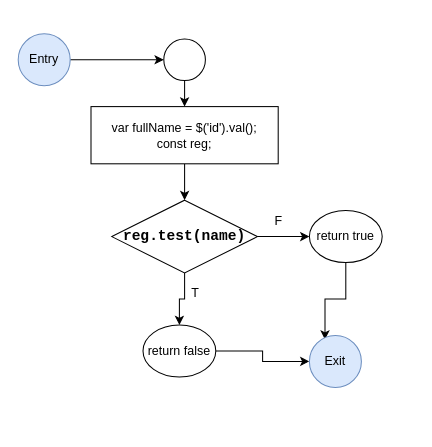
Earlier version of the draw.io diagram page "Page-2" (2 of 4) of kiemthuC2.drawio (pqthinh/pm-diagram). Source tidied: cells renumbered, new cells numbered last; positions are measured from the earlier drawing's top-left corner, leaving out a move shared by most shapes. Both pictures are drawn from the tidied source at 104%, with x=0, y=0 at pixel (18, 33).
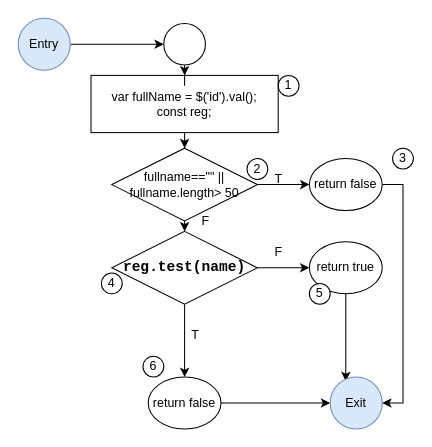
The same diagram, later.

What changed in the source:
```diff
@@
     <mxCell id="3" value="Entry" style="ellipse;whiteSpace=wrap;html=1;fillColor=#dae8fc;strokeColor=#6c8ebf;" parent="1" vertex="1">
-      <mxGeometry width="50" height="50" as="geometry" />
+      <mxGeometry y="-15" width="50" height="50" as="geometry" />
     </mxCell>
-    <mxCell id="4" style="edgeStyle=orthogonalEdgeStyle;rounded=0;jettySize=auto;html=1;entryX=0.5;entryY=0;entryDx=0;entryDy=0;" parent="1" edge="1" source="5" target="10">
+    <mxCell id="4" style="edgeStyle=orthogonalEdgeStyle;rounded=0;jettySize=auto;html=1;entryX=0.5;entryY=0;entryDx=0;entryDy=0;" parent="1" edge="1" source="5" target="20">
       <mxGeometry relative="1" as="geometry" />
     </mxCell>
     <mxCell id="5" value="&lt;div&gt;var fullName = $('id').val();&lt;/div&gt;&lt;div&gt;const reg;&lt;br&gt;&lt;/div&gt;" style="rounded=0;whiteSpace=wrap;html=1;" parent="1" vertex="1">
-      <mxGeometry x="70" y="70" width="180" height="55" as="geometry" />
+      <mxGeometry x="70" y="40" width="180" height="55" as="geometry" />
     </mxCell>
@@
     <mxCell id="7" style="ellipse;whiteSpace=wrap;html=1;" parent="1" vertex="1">
-      <mxGeometry x="140" y="5" width="40" height="40" as="geometry" />
+      <mxGeometry x="140" y="-10" width="40" height="40" as="geometry" />
     </mxCell>
@@
     <mxCell id="10" value="&lt;p&gt;&lt;b&gt;&lt;span style=&quot;font-size: 10.5pt ; font-family: &amp;#34;courier new&amp;#34; ; background-color: transparent ; font-style: normal ; font-variant: normal ; text-decoration: none ; vertical-align: baseline&quot; id=&quot;docs-internal-guid-e1c07503-7fff-b6fd-41c2-de6db7263f67&quot;&gt;reg&lt;/span&gt;&lt;span style=&quot;font-size: 10.5pt ; font-family: &amp;#34;courier new&amp;#34; ; background-color: transparent ; font-style: normal ; font-variant: normal ; text-decoration: none ; vertical-align: baseline&quot;&gt;.&lt;/span&gt;&lt;span style=&quot;font-size: 10.5pt ; font-family: &amp;#34;courier new&amp;#34; ; background-color: transparent ; font-style: normal ; font-variant: normal ; text-decoration: none ; vertical-align: baseline&quot;&gt;test&lt;/span&gt;&lt;span style=&quot;font-size: 10.5pt ; font-family: &amp;#34;courier new&amp;#34; ; background-color: transparent ; font-style: normal ; font-variant: normal ; text-decoration: none ; vertical-align: baseline&quot;&gt;(&lt;/span&gt;&lt;span style=&quot;font-size: 10.5pt ; font-family: &amp;#34;courier new&amp;#34; ; background-color: transparent ; font-style: normal ; font-variant: normal ; text-decoration: none ; vertical-align: baseline&quot;&gt;name&lt;/span&gt;&lt;span style=&quot;font-size: 10.5pt ; font-family: &amp;#34;courier new&amp;#34; ; background-color: transparent ; font-style: normal ; font-variant: normal ; text-decoration: none ; vertical-align: baseline&quot;&gt;)&lt;/span&gt;&lt;/b&gt;&lt;/p&gt;" style="rhombus;whiteSpace=wrap;html=1;" parent="1" vertex="1">
-      <mxGeometry x="90" y="160" width="140" height="70" as="geometry" />
+      <mxGeometry x="90" y="190" width="140" height="70" as="geometry" />
     </mxCell>
@@
     <mxCell id="12" value="return false" style="ellipse;whiteSpace=wrap;html=1;" parent="1" vertex="1">
-      <mxGeometry x="120" y="280" width="70" height="50" as="geometry" />
+      <mxGeometry x="125" y="330" width="70" height="50" as="geometry" />
     </mxCell>
@@
     <mxCell id="14" value="return true" style="ellipse;whiteSpace=wrap;html=1;" parent="1" vertex="1">
-      <mxGeometry x="280" y="170" width="70" height="50" as="geometry" />
+      <mxGeometry x="280" y="200" width="70" height="50" as="geometry" />
     </mxCell>
     <mxCell id="15" value="Exit" style="ellipse;whiteSpace=wrap;html=1;fillColor=#dae8fc;strokeColor=#6c8ebf;" parent="1" vertex="1">
-      <mxGeometry x="280" y="290" width="50" height="50" as="geometry" />
+      <mxGeometry x="300" y="330" width="50" height="50" as="geometry" />
     </mxCell>
     <mxCell id="16" value="F" style="text;html=1;align=center;verticalAlign=middle;" parent="1" vertex="1">
-      <mxGeometry x="240" y="170" width="20" height="20" as="geometry" />
+      <mxGeometry x="240" y="200" width="20" height="20" as="geometry" />
     </mxCell>
     <mxCell id="17" value="T" style="text;html=1;align=center;verticalAlign=middle;" parent="1" vertex="1">
-      <mxGeometry x="160" y="240" width="20" height="20" as="geometry" />
+      <mxGeometry x="160" y="280" width="20" height="20" as="geometry" />
     </mxCell>
+    <mxCell id="18" style="edgeStyle=orthogonalEdgeStyle;rounded=0;jettySize=auto;html=1;" parent="1" edge="1" source="20" target="22">
+      <mxGeometry relative="1" as="geometry" />
+    </mxCell>
+    <mxCell id="19" style="edgeStyle=orthogonalEdgeStyle;rounded=0;jettySize=auto;html=1;exitX=0.5;exitY=1;exitDx=0;exitDy=0;entryX=0.5;entryY=0;entryDx=0;entryDy=0;" parent="1" edge="1" source="20" target="10">
+      <mxGeometry relative="1" as="geometry" />
+    </mxCell>
+    <mxCell id="20" value="fullname==&quot;&quot; || fullname.length&amp;gt; 50" style="rhombus;whiteSpace=wrap;html=1;" parent="1" vertex="1">
+      <mxGeometry x="90" y="110" width="140" height="70" as="geometry" />
+    </mxCell>
+    <mxCell id="21" style="edgeStyle=orthogonalEdgeStyle;rounded=0;jettySize=auto;html=1;exitX=1;exitY=0.5;exitDx=0;exitDy=0;entryX=1;entryY=0.5;entryDx=0;entryDy=0;" parent="1" edge="1" source="22" target="15">
+      <mxGeometry relative="1" as="geometry" />
+    </mxCell>
+    <mxCell id="22" value="return false" style="ellipse;whiteSpace=wrap;html=1;" parent="1" vertex="1">
+      <mxGeometry x="280" y="120" width="70" height="50" as="geometry" />
+    </mxCell>
+    <mxCell id="23" value="F" style="text;html=1;align=center;verticalAlign=middle;" parent="1" vertex="1">
+      <mxGeometry x="170" y="170" width="20" height="20" as="geometry" />
+    </mxCell>
+    <mxCell id="24" value="T" style="text;html=1;align=center;verticalAlign=middle;" parent="1" vertex="1">
+      <mxGeometry x="240" y="130" width="20" height="20" as="geometry" />
+    </mxCell>
+    <mxCell id="25" value="1" style="ellipse;whiteSpace=wrap;html=1;" parent="1" vertex="1">
+      <mxGeometry x="250" y="40" width="20" height="20" as="geometry" />
+    </mxCell>
+    <mxCell id="26" value="2" style="ellipse;whiteSpace=wrap;html=1;" parent="1" vertex="1">
+      <mxGeometry x="220" y="120" width="20" height="20" as="geometry" />
+    </mxCell>
+    <mxCell id="27" value="4" style="ellipse;whiteSpace=wrap;html=1;" parent="1" vertex="1">
+      <mxGeometry x="80" y="230" width="20" height="20" as="geometry" />
+    </mxCell>
+    <mxCell id="28" value="5" style="ellipse;whiteSpace=wrap;html=1;" parent="1" vertex="1">
+      <mxGeometry x="280" y="240" width="20" height="20" as="geometry" />
+    </mxCell>
+    <mxCell id="29" value="6" style="ellipse;whiteSpace=wrap;html=1;" parent="1" vertex="1">
+      <mxGeometry x="120" y="310" width="20" height="20" as="geometry" />
+    </mxCell>
+    <mxCell id="30" value="3" style="ellipse;whiteSpace=wrap;html=1;" parent="1" vertex="1">
+      <mxGeometry x="360" y="110" width="20" height="20" as="geometry" />
+    </mxCell>
```
